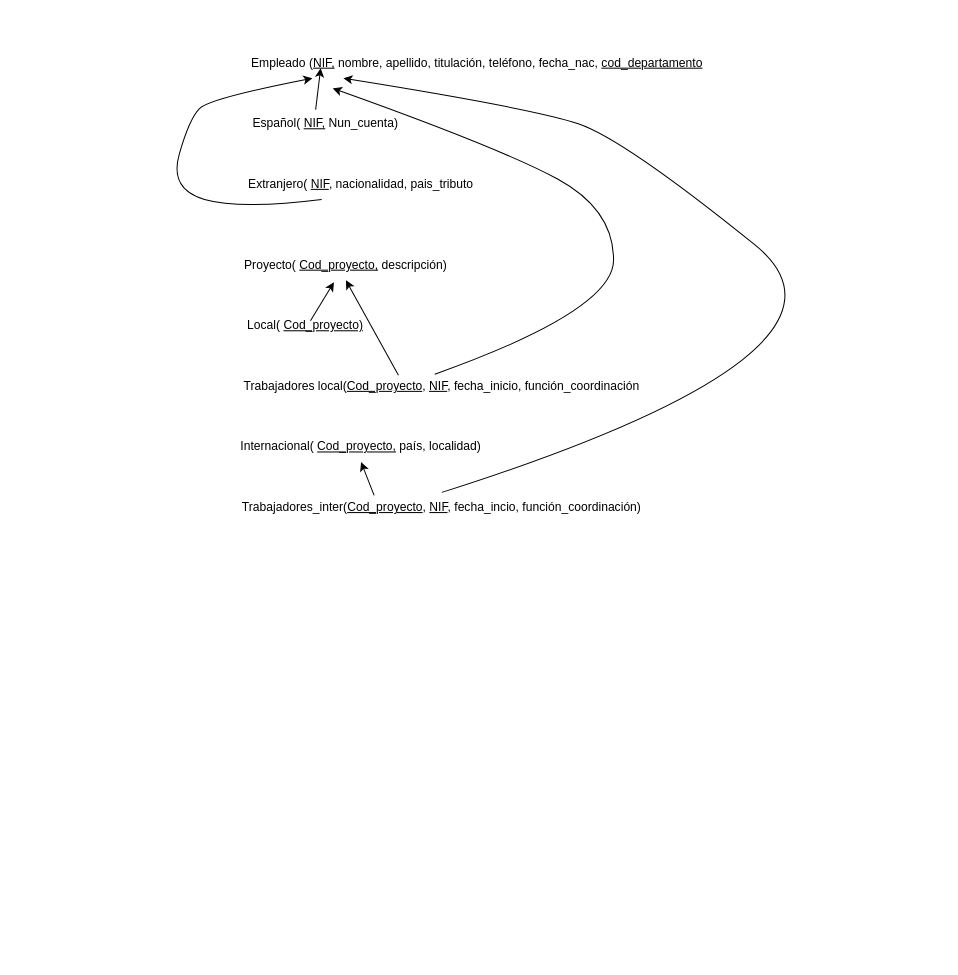
LuisAlvarado89/Proyecto1 keeps this draw.io diagram as modelo racional.drawio. Above is the earlier version. Source tidied: cells renumbered, new cells numbered last; positions are measured from the earlier drawing's top-left corner, leaving out a move shared by most shapes. Both pictures are drawn from the tidied source at 101%, with x=0, y=0 at pixel (128, 47).
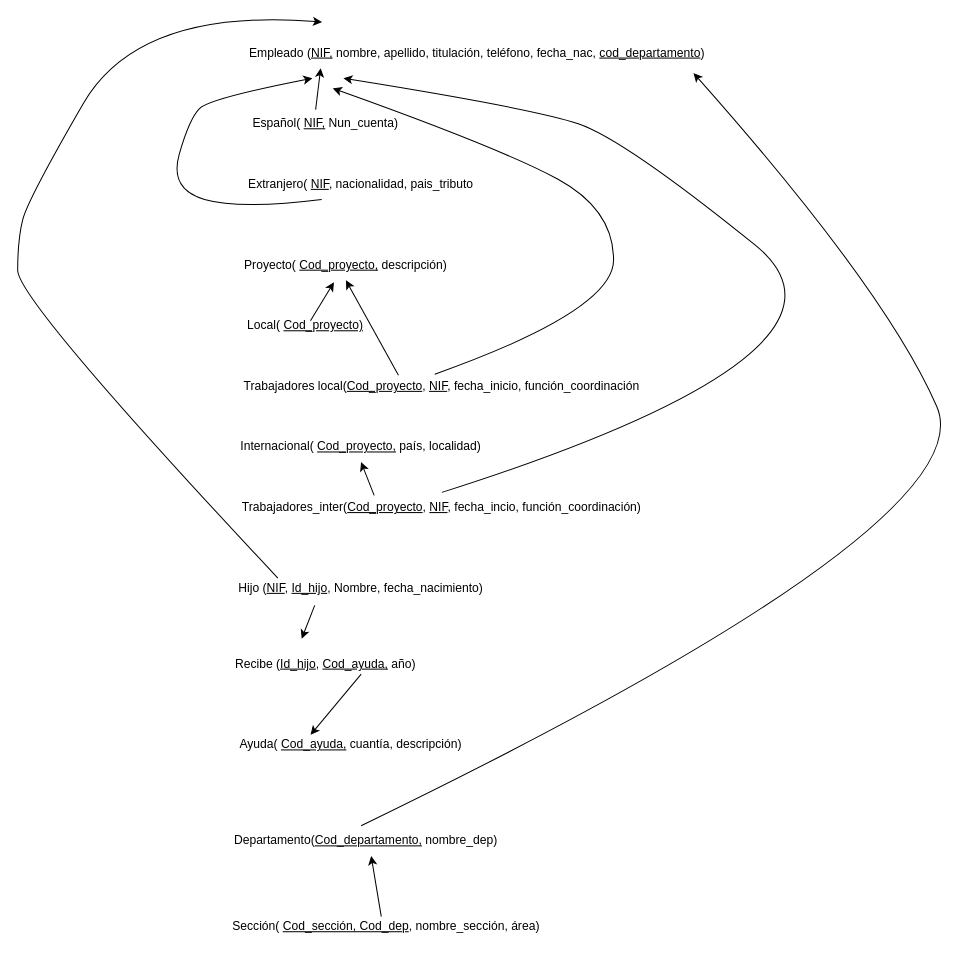
The same diagram, later.

Change to the diagram source:
```diff
@@
-    <mxCell id="2" value="Empleado (&lt;u&gt;NIF,&lt;/u&gt;&amp;nbsp;nombre, apellido, titulación, teléfono, fecha_nac,&amp;nbsp;&lt;u&gt;cod_departamento&lt;/u&gt;" style="text;html=1;whiteSpace=wrap;strokeColor=none;fillColor=none;align=center;verticalAlign=middle;rounded=0;" parent="1" vertex="1">
-      <mxGeometry x="80" width="530" height="30" as="geometry" />
+    <mxCell id="2" value="Empleado (&lt;u&gt;NIF,&lt;/u&gt;&amp;nbsp;nombre, apellido, titulación, teléfono, fecha_nac,&amp;nbsp;&lt;u&gt;cod_departamento&lt;/u&gt;)" style="text;html=1;whiteSpace=wrap;strokeColor=none;fillColor=none;align=center;verticalAlign=middle;rounded=0;" parent="1" vertex="1">
+      <mxGeometry x="80" y="-20" width="530" height="50" as="geometry" />
     </mxCell>
@@
+    <mxCell id="17" value="Hijo (&lt;u&gt;NIF&lt;/u&gt;,&amp;nbsp;&lt;u&gt;Id_hijo&lt;/u&gt;, Nombre, fecha_nacimiento)" style="text;html=1;whiteSpace=wrap;strokeColor=none;fillColor=none;align=center;verticalAlign=middle;rounded=0;" parent="1" vertex="1">
+      <mxGeometry x="25" y="520" width="410" height="30" as="geometry" />
+    </mxCell>
+    <mxCell id="18" value="Recibe (&lt;u&gt;Id_hijo&lt;/u&gt;,&amp;nbsp;&lt;u&gt;Cod_ayuda,&lt;/u&gt;&amp;nbsp;año)" style="text;html=1;whiteSpace=wrap;strokeColor=none;fillColor=none;align=center;verticalAlign=middle;rounded=0;" parent="1" vertex="1">
+      <mxGeometry y="580" width="390" height="60" as="geometry" />
+    </mxCell>
+    <mxCell id="19" value="Ayuda(&amp;nbsp;&lt;u&gt;Cod_ayuda,&lt;/u&gt;&amp;nbsp;cuantía, descripción)" style="text;html=1;whiteSpace=wrap;strokeColor=none;fillColor=none;align=center;verticalAlign=middle;rounded=0;" parent="1" vertex="1">
+      <mxGeometry x="25" y="660" width="390" height="60" as="geometry" />
+    </mxCell>
+    <mxCell id="20" style="curved=1;endArrow=classic;html=1;rounded=0;exitX=0.299;exitY=0.161;exitDx=0;exitDy=0;exitPerimeter=0;entryX=0.21;entryY=-0.114;entryDx=0;entryDy=0;entryPerimeter=0;" parent="1" edge="1" source="17" target="2">
+      <mxGeometry relative="1" as="geometry">
+        <Array as="points">
+          <mxPoint x="-110" y="250" />
+          <mxPoint x="-110" y="190" />
+          <mxPoint x="-100" y="150" />
+          <mxPoint x="10" y="-40" />
+        </Array>
+      </mxGeometry>
+    </mxCell>
+    <mxCell id="21" style="endArrow=classic;html=1;rounded=0;entryX=0.439;entryY=0.082;entryDx=0;entryDy=0;entryPerimeter=0;exitX=0.388;exitY=1.063;exitDx=0;exitDy=0;exitPerimeter=0;" parent="1" edge="1" source="17" target="18">
+      <mxGeometry relative="1" as="geometry" />
+    </mxCell>
+    <mxCell id="22" style="endArrow=classic;html=1;rounded=0;exitX=0.59;exitY=0.667;exitDx=0;exitDy=0;exitPerimeter=0;" parent="1" edge="1" source="18">
+      <mxGeometry relative="1" as="geometry">
+        <mxPoint x="180" y="680" as="targetPoint" />
+      </mxGeometry>
+    </mxCell>
+    <mxCell id="23" value="Departamento(&lt;u&gt;Cod_departamento,&lt;/u&gt;&amp;nbsp;nombre_dep)" style="text;html=1;whiteSpace=wrap;strokeColor=none;fillColor=none;align=center;verticalAlign=middle;rounded=0;" parent="1" vertex="1">
+      <mxGeometry x="80" y="750" width="310" height="70" as="geometry" />
+    </mxCell>
+    <mxCell id="24" value="Sección(&amp;nbsp;&lt;u&gt;Cod_sección,&amp;nbsp;Cod_dep&lt;/u&gt;, nombre_sección, área)" style="text;html=1;whiteSpace=wrap;strokeColor=none;fillColor=none;align=center;verticalAlign=middle;rounded=0;" parent="1" vertex="1">
+      <mxGeometry x="40" y="840" width="430" height="60" as="geometry" />
+    </mxCell>
+    <mxCell id="25" style="endArrow=classic;html=1;rounded=0;" parent="1" edge="1">
+      <mxGeometry relative="1" as="geometry">
+        <mxPoint x="250" y="860" as="sourcePoint" />
+        <mxPoint x="240" y="800" as="targetPoint" />
+      </mxGeometry>
+    </mxCell>
+    <mxCell id="26" style="curved=1;endArrow=classic;html=1;rounded=0;entryX=0.904;entryY=0.896;entryDx=0;entryDy=0;entryPerimeter=0;exitX=0.484;exitY=0.286;exitDx=0;exitDy=0;exitPerimeter=0;" parent="1" edge="1" source="23" target="2">
+      <mxGeometry relative="1" as="geometry">
+        <Array as="points">
+          <mxPoint x="850" y="470" />
+          <mxPoint x="750" y="240" />
+        </Array>
+      </mxGeometry>
+    </mxCell>
```
